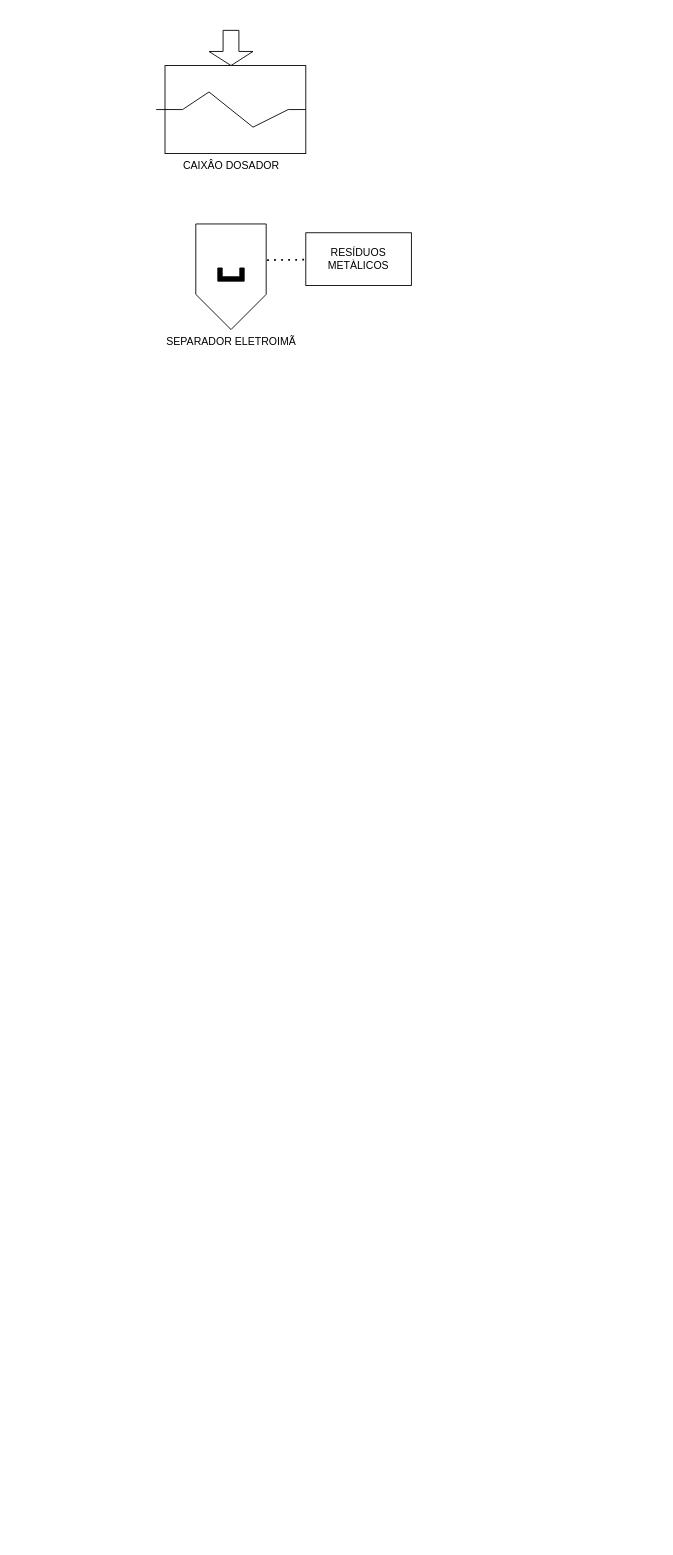
Before: Untitled Diagram.drawio in Lucas-Oliveira-wd/plant-design-ceramic-brick-factory, a draw.io diagram. Source tidied: cells renumbered, new cells numbered last; positions are measured from the earlier drawing's top-left corner, leaving out a move shared by most shapes. Both pictures are drawn from the tidied source at 88%, with x=0, y=0 at pixel (156, 30).
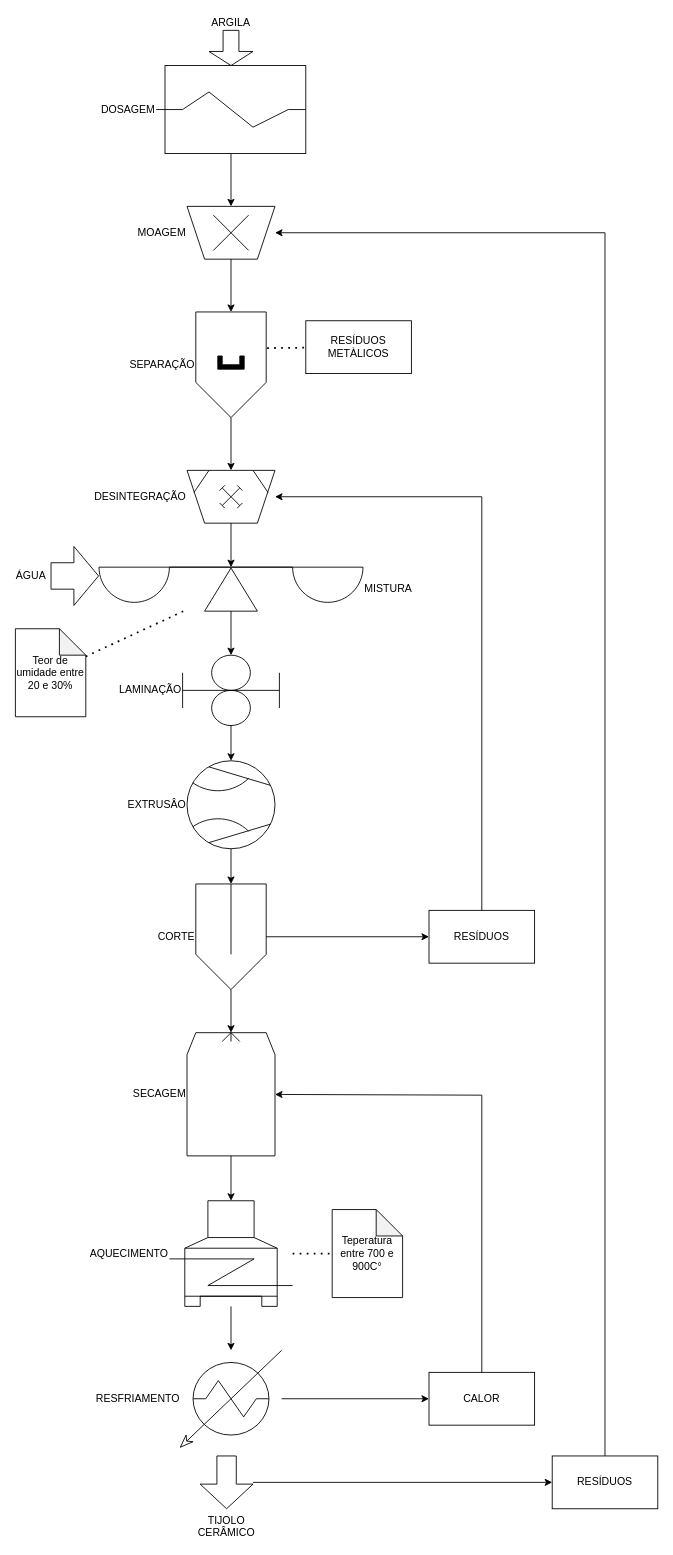
The same page after the edit.

The edit, as a diff of the source:
```diff
@@
-    <mxCell id="2" value="CAIXÂO DOSADOR" style="shape=mxgraph.pid.mixers.kneader;html=1;align=center;verticalLabelPosition=bottom;verticalAlign=top;dashed=0;" parent="1" vertex="1">
+    <mxCell id="2" value="DOSAGEM" style="shape=mxgraph.pid.mixers.kneader;html=1;align=right;verticalLabelPosition=middle;verticalAlign=middle;dashed=0;labelPosition=left;" parent="1" vertex="1">
       <mxGeometry y="40" width="170" height="100" as="geometry" />
     </mxCell>
-    <mxCell id="3" value="SEPARADOR ELETROIMÃ" style="verticalLabelPosition=bottom;align=center;dashed=0;html=1;verticalAlign=top;shape=mxgraph.pid.separators.separator_(permanent_magnet)2;" parent="1" vertex="1">
-      <mxGeometry x="45" y="220" width="80" height="120" as="geometry" />
+    <mxCell id="3" value="SEPARAÇÃO" style="verticalLabelPosition=middle;align=right;dashed=0;html=1;verticalAlign=middle;shape=mxgraph.pid.separators.separator_(permanent_magnet)2;labelPosition=left;" parent="1" vertex="1">
+      <mxGeometry x="45" y="320" width="80" height="120" as="geometry" />
     </mxCell>
-    <mxCell id="4" style="shape=singleArrow;direction=south;whiteSpace=wrap;html=1;arrowWidth=0.36;arrowSize=0.4;" parent="1" vertex="1">
+    <mxCell id="4" value="ARGILA" style="shape=singleArrow;direction=south;whiteSpace=wrap;html=1;arrowWidth=0.36;arrowSize=0.4;labelPosition=center;verticalLabelPosition=top;align=center;verticalAlign=bottom;" parent="1" vertex="1">
       <mxGeometry x="60" width="50" height="40" as="geometry" />
     </mxCell>
@@
     <mxCell id="6" value="RESÍDUOS METÀLICOS" style="rounded=0;whiteSpace=wrap;html=1;" parent="1" vertex="1">
-      <mxGeometry x="170" y="230" width="120" height="60" as="geometry" />
+      <mxGeometry x="170" y="330" width="120" height="60" as="geometry" />
     </mxCell>
+    <mxCell id="7" value="MOAGEM" style="verticalLabelPosition=middle;align=right;dashed=0;html=1;verticalAlign=middle;shape=mxgraph.pid.crushers_grinding.crushing,_grinding_machine;labelPosition=left;" parent="1" vertex="1">
+      <mxGeometry x="35" y="200" width="100" height="60" as="geometry" />
+    </mxCell>
+    <mxCell id="8" style="endArrow=classic;html=1;rounded=0;" parent="1" edge="1" source="2" target="7">
+      <mxGeometry relative="1" as="geometry" />
+    </mxCell>
+    <mxCell id="9" style="endArrow=classic;html=1;rounded=0;" parent="1" edge="1" source="7" target="3">
+      <mxGeometry relative="1" as="geometry" />
+    </mxCell>
+    <mxCell id="10" value="DESINTEGRAÇÃO" style="verticalLabelPosition=middle;align=right;dashed=0;html=1;verticalAlign=middle;shape=mxgraph.pid.crushers_grinding.mill,_pulverizer_(hammer);labelPosition=left;" parent="1" vertex="1">
+      <mxGeometry x="35" y="500" width="100" height="60" as="geometry" />
+    </mxCell>
+    <mxCell id="11" style="endArrow=classic;html=1;rounded=0;" parent="1" edge="1" source="3" target="10">
+      <mxGeometry relative="1" as="geometry" />
+    </mxCell>
+    <mxCell id="12" value="MISTURA" style="shape=mxgraph.pid.feeders.proportional_feeder_(metering);html=1;align=left;verticalLabelPosition=middle;verticalAlign=middle;dashed=0;labelPosition=right;" parent="1" vertex="1">
+      <mxGeometry x="-65" y="610" width="300" height="50" as="geometry" />
+    </mxCell>
+    <mxCell id="13" value="ÁGUA" style="shape=flexArrow;endArrow=classic;html=1;rounded=0;entryX=-0.007;entryY=0.56;entryDx=0;entryDy=0;entryPerimeter=0;width=30;endSize=9;endWidth=36;labelPosition=left;verticalLabelPosition=middle;align=right;verticalAlign=middle;fontSize=12;spacingTop=0;spacing=34;" parent="1" edge="1">
+      <mxGeometry relative="1" as="geometry">
+        <mxPoint x="-120" y="620" as="sourcePoint" />
+        <mxPoint x="-65" y="620" as="targetPoint" />
+      </mxGeometry>
+    </mxCell>
+    <mxCell id="14" style="endArrow=classic;html=1;rounded=0;" parent="1" edge="1" source="10" target="12">
+      <mxGeometry relative="1" as="geometry" />
+    </mxCell>
+    <mxCell id="15" value="LAMINAÇÃO" style="verticalLabelPosition=middle;align=right;dashed=0;html=1;verticalAlign=middle;shape=mxgraph.pid.piping.duplex_strainer;labelPosition=left;" parent="1" vertex="1">
+      <mxGeometry x="30" y="710" width="110" height="80" as="geometry" />
+    </mxCell>
+    <mxCell id="16" style="endArrow=classic;html=1;rounded=0;" parent="1" edge="1" source="12" target="15">
+      <mxGeometry relative="1" as="geometry" />
+    </mxCell>
+    <mxCell id="17" value="EXTRUSÂO" style="shape=mxgraph.pid.compressors_-_iso.compressor_(ejector);html=1;align=right;verticalLabelPosition=middle;verticalAlign=middle;dashed=0;labelPosition=left;" parent="1" vertex="1">
+      <mxGeometry x="35" y="830" width="100" height="100" as="geometry" />
+    </mxCell>
+    <mxCell id="18" style="endArrow=classic;html=1;rounded=0;" parent="1" edge="1" source="15" target="17">
+      <mxGeometry relative="1" as="geometry" />
+    </mxCell>
+    <mxCell id="19" value="CORTE" style="verticalLabelPosition=middle;align=right;dashed=0;html=1;verticalAlign=middle;shape=mxgraph.pid.separators.impact_separator;labelPosition=left;" parent="1" vertex="1">
+      <mxGeometry x="45" y="970" width="80" height="120" as="geometry" />
+    </mxCell>
+    <mxCell id="20" style="endArrow=classic;html=1;rounded=0;" parent="1" edge="1" source="17" target="19">
+      <mxGeometry relative="1" as="geometry" />
+    </mxCell>
+    <mxCell id="21" value="RESÍDUOS" style="rounded=0;whiteSpace=wrap;html=1;" parent="1" vertex="1">
+      <mxGeometry x="310" y="1000" width="120" height="60" as="geometry" />
+    </mxCell>
+    <mxCell id="22" style="endArrow=classic;html=1;rounded=0;" parent="1" edge="1" source="19" target="21">
+      <mxGeometry relative="1" as="geometry" />
+    </mxCell>
+    <mxCell id="23" style="endArrow=classic;html=1;rounded=0;" parent="1" edge="1" source="21" target="10">
+      <mxGeometry relative="1" as="geometry">
+        <Array as="points">
+          <mxPoint x="370" y="530" />
+        </Array>
+      </mxGeometry>
+    </mxCell>
+    <mxCell id="24" value="SECAGEM" style="shape=mxgraph.pid.driers.spray_drier;html=1;align=right;verticalLabelPosition=middle;verticalAlign=middle;dashed=0;labelPosition=left;" parent="1" vertex="1">
+      <mxGeometry x="35" y="1139" width="100" height="140" as="geometry" />
+    </mxCell>
+    <mxCell id="25" value="AQUECIMENTO" style="shape=mxgraph.pid.vessels.furnace;html=1;align=right;verticalLabelPosition=middle;verticalAlign=middle;dashed=0;labelPosition=left;" parent="1" vertex="1">
+      <mxGeometry x="15" y="1330" width="140" height="120" as="geometry" />
+    </mxCell>
+    <mxCell id="26" value="Teor de umidade entre 20 e 30%" style="shape=note;whiteSpace=wrap;html=1;backgroundOutline=1;darkOpacity=0.05;" parent="1" vertex="1">
+      <mxGeometry x="-160" y="680" width="80" height="100" as="geometry" />
+    </mxCell>
+    <mxCell id="27" style="endArrow=none;dashed=1;html=1;dashPattern=1 3;strokeWidth=2;rounded=0;" parent="1" edge="1" source="26" target="12">
+      <mxGeometry relative="1" as="geometry" />
+    </mxCell>
+    <mxCell id="28" value="Teperatura entre 700 e 900C°" style="shape=note;whiteSpace=wrap;html=1;backgroundOutline=1;darkOpacity=0.05;" parent="1" vertex="1">
+      <mxGeometry x="200" y="1340" width="80" height="100" as="geometry" />
+    </mxCell>
+    <mxCell id="29" style="endArrow=none;dashed=1;html=1;dashPattern=1 3;strokeWidth=2;rounded=0;" parent="1" edge="1" source="25" target="28">
+      <mxGeometry relative="1" as="geometry" />
+    </mxCell>
+    <mxCell id="30" value="RESFRIAMENTO" style="shape=mxgraph.pid.heat_exchangers.heater;html=1;align=right;verticalLabelPosition=middle;verticalAlign=middle;dashed=0;labelPosition=left;" parent="1" vertex="1">
+      <mxGeometry x="27.5" y="1500" width="115" height="110" as="geometry" />
+    </mxCell>
+    <mxCell id="31" value="CALOR" style="rounded=0;whiteSpace=wrap;html=1;" parent="1" vertex="1">
+      <mxGeometry x="310" y="1525" width="120" height="60" as="geometry" />
+    </mxCell>
+    <mxCell id="32" style="endArrow=classic;html=1;rounded=0;" parent="1" edge="1" source="30" target="31">
+      <mxGeometry relative="1" as="geometry" />
+    </mxCell>
+    <mxCell id="33" style="endArrow=classic;html=1;rounded=0;" parent="1" edge="1" source="31" target="24">
+      <mxGeometry relative="1" as="geometry">
+        <Array as="points">
+          <mxPoint x="370" y="1210" />
+        </Array>
+      </mxGeometry>
+    </mxCell>
+    <mxCell id="34" style="endArrow=classic;html=1;rounded=0;" parent="1" edge="1" source="19" target="24">
+      <mxGeometry relative="1" as="geometry" />
+    </mxCell>
+    <mxCell id="35" style="endArrow=classic;html=1;rounded=0;" parent="1" edge="1" source="24" target="25">
+      <mxGeometry relative="1" as="geometry" />
+    </mxCell>
+    <mxCell id="36" style="endArrow=classic;html=1;rounded=0;" parent="1" edge="1" source="25" target="30">
+      <mxGeometry relative="1" as="geometry" />
+    </mxCell>
+    <mxCell id="37" value="TIJOLO CERÂMICO" style="shape=singleArrow;direction=south;whiteSpace=wrap;html=1;arrowWidth=0.36666666666666664;arrowSize=0.4666666666666667;labelPosition=center;verticalLabelPosition=bottom;align=center;verticalAlign=top;" parent="1" vertex="1">
+      <mxGeometry x="50" y="1620" width="60" height="60" as="geometry" />
+    </mxCell>
+    <mxCell id="38" value="RESÍDUOS" style="rounded=0;whiteSpace=wrap;html=1;" parent="1" vertex="1">
+      <mxGeometry x="450" y="1620" width="120" height="60" as="geometry" />
+    </mxCell>
+    <mxCell id="39" style="endArrow=classic;html=1;rounded=0;" parent="1" edge="1" source="37" target="38">
+      <mxGeometry relative="1" as="geometry" />
+    </mxCell>
+    <mxCell id="40" style="endArrow=classic;html=1;rounded=0;" parent="1" edge="1" source="38" target="7">
+      <mxGeometry relative="1" as="geometry">
+        <Array as="points">
+          <mxPoint x="510" y="230" />
+        </Array>
+      </mxGeometry>
+    </mxCell>
```
